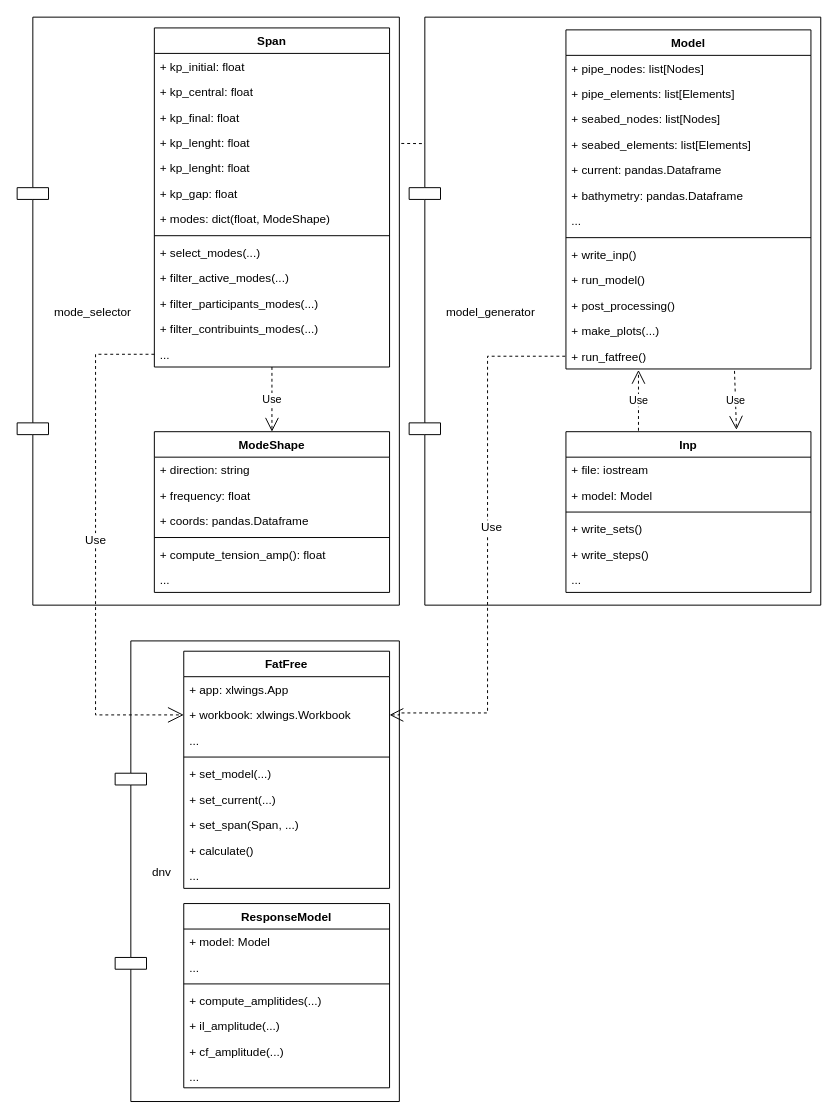
The draw.io diagram imagens/UML.drawio in wevertonms/dissertacao_mestrado, before the edit. Source tidied: cells renumbered, new cells numbered last; positions are measured from the earlier drawing's top-left corner, leaving out a move shared by most shapes. Both pictures are drawn from the tidied source at 98%, with x=0, y=0 at pixel (17, 17).
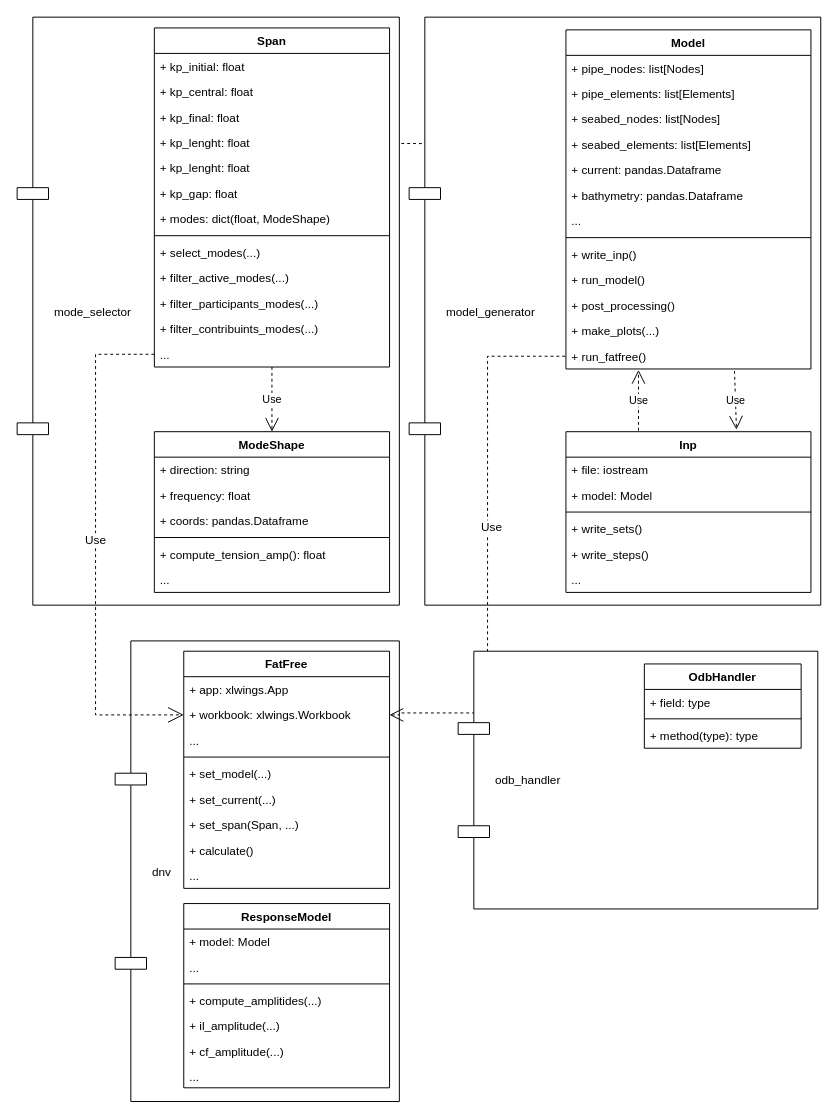
The same diagram, later.

The edit, as a diff of the source:
```diff
@@
+    <mxCell id="76" value="odb_handler" style="shape=component;align=left;spacingLeft=36;fontFamily=Fira Code;" parent="1" vertex="1">
+      <mxGeometry x="450" y="647" width="367" height="263" as="geometry" />
+    </mxCell>
+    <mxCell id="77" value="OdbHandler" style="swimlane;fontStyle=1;align=center;verticalAlign=top;horizontal=1;startSize=26;fontFamily=Fira Code;" parent="1" vertex="1">
+      <mxGeometry x="640" y="660" width="160" height="86" as="geometry" />
+    </mxCell>
+    <mxCell id="78" value="+ field: type" style="text;strokeColor=none;fillColor=none;align=left;verticalAlign=top;spacingLeft=4;spacingRight=4;overflow=hidden;" parent="77" vertex="1">
+      <mxGeometry y="26" width="160" height="26" as="geometry" />
+    </mxCell>
+    <mxCell id="79" style="line;strokeWidth=1;fillColor=none;align=left;verticalAlign=middle;spacingTop=-1;spacingLeft=3;spacingRight=3;labelPosition=right;" parent="77" vertex="1">
+      <mxGeometry y="52" width="160" height="8" as="geometry" />
+    </mxCell>
+    <mxCell id="80" value="+ method(type): type" style="text;strokeColor=none;fillColor=none;align=left;verticalAlign=top;spacingLeft=4;spacingRight=4;overflow=hidden;" parent="77" vertex="1">
+      <mxGeometry y="60" width="160" height="26" as="geometry" />
+    </mxCell>
```
